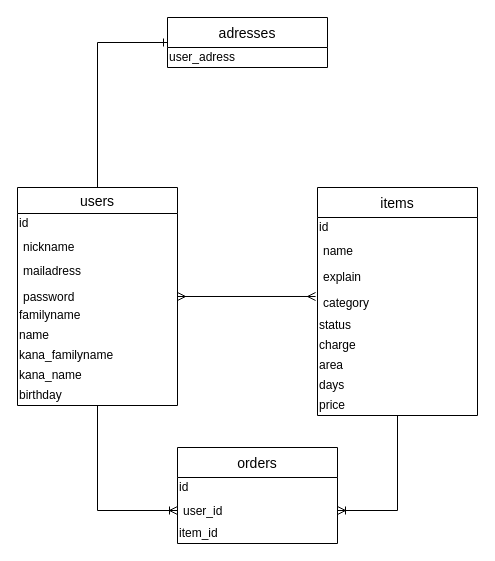
Above: furima.dio in Kefujimoto/furima--user_id- (draw.io), before the change. Source tidied: cells renumbered, new cells numbered last; positions are measured from the earlier drawing's top-left corner, leaving out a move shared by most shapes. Both pictures are drawn from the tidied source at 100%, with x=0, y=0 at pixel (17, 17).
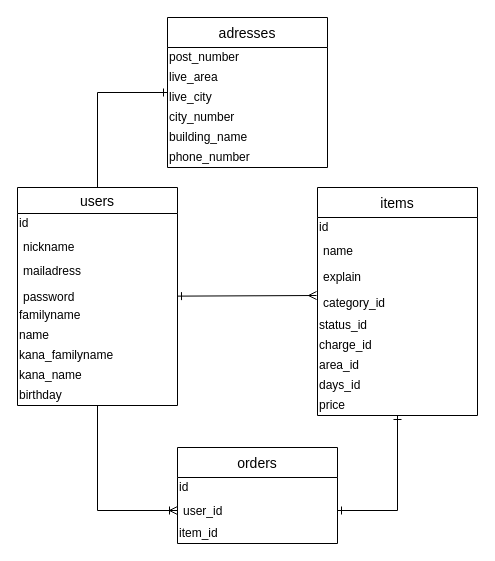
After the change.

Commit message (it also covers changes not shown here):
テーブル設計

Unchanged cells that the change refers to:
```xml
<mxCell id="5" value="users" style="swimlane;fontStyle=0;horizontal=1;startSize=26;align=center;fontSize=14;" parent="1" vertex="1">
  <mxGeometry y="170" width="160" height="218" as="geometry" />
</mxCell>
<mxCell id="19" value="user_id" style="text;strokeColor=none;fillColor=none;spacingLeft=4;spacingRight=4;overflow=hidden;points=[[0,0.5],[1,0.5]];portConstraint=eastwest;fontSize=12;" parent="17" vertex="1">
  <mxGeometry y="50" width="160" height="26" as="geometry" />
</mxCell>
<mxCell id="21" value="items" style="swimlane;fontStyle=0;horizontal=1;startSize=30;align=center;fontSize=14;" parent="1" vertex="1">
  <mxGeometry x="300" y="170" width="160" height="228" as="geometry" />
</mxCell>
```

The edit, as a diff of the source:
```diff
@@
-    <mxCell id="4" style="edgeStyle=none;rounded=0;jettySize=auto;html=1;entryX=-0.012;entryY=0.269;entryDx=0;entryDy=0;entryPerimeter=0;startArrow=ERmany;startFill=0;endArrow=ERmany;endFill=0;" parent="1" edge="1" source="5" target="25">
+    <mxCell id="4" style="edgeStyle=none;rounded=0;jettySize=auto;html=1;entryX=-0.006;entryY=0.231;entryDx=0;entryDy=0;entryPerimeter=0;startArrow=ERone;startFill=0;endArrow=ERmany;endFill=0;" parent="1" edge="1" source="5" target="25">
       <mxGeometry relative="1" as="geometry" />
     </mxCell>
@@
-    <mxCell id="16" style="edgeStyle=orthogonalEdgeStyle;rounded=0;jettySize=auto;html=1;entryX=1;entryY=0.5;entryDx=0;entryDy=0;endArrow=ERoneToMany;endFill=0;" parent="1" edge="1" source="21" target="19">
-      <mxGeometry relative="1" as="geometry" />
-    </mxCell>
@@
-    <mxCell id="25" value="category" style="text;strokeColor=none;fillColor=none;spacingLeft=4;spacingRight=4;overflow=hidden;points=[[0,0.5],[1,0.5]];portConstraint=eastwest;fontSize=12;" parent="21" vertex="1">
+    <mxCell id="25" value="category_id" style="text;strokeColor=none;fillColor=none;spacingLeft=4;spacingRight=4;overflow=hidden;points=[[0,0.5],[1,0.5]];portConstraint=eastwest;fontSize=12;" parent="21" vertex="1">
       <mxGeometry y="102" width="160" height="26" as="geometry" />
     </mxCell>
-    <mxCell id="26" value="status" style="text;html=1;align=left;verticalAlign=middle;" parent="21" vertex="1">
+    <mxCell id="26" value="status_id" style="text;html=1;align=left;verticalAlign=middle;" parent="21" vertex="1">
       <mxGeometry y="128" width="160" height="20" as="geometry" />
     </mxCell>
-    <mxCell id="27" value="charge" style="text;html=1;align=left;verticalAlign=middle;" parent="21" vertex="1">
+    <mxCell id="27" value="charge_id" style="text;html=1;align=left;verticalAlign=middle;" parent="21" vertex="1">
       <mxGeometry y="148" width="160" height="20" as="geometry" />
     </mxCell>
-    <mxCell id="28" value="area" style="text;html=1;align=left;verticalAlign=middle;" parent="21" vertex="1">
+    <mxCell id="28" value="area_id" style="text;html=1;align=left;verticalAlign=middle;" parent="21" vertex="1">
       <mxGeometry y="168" width="160" height="20" as="geometry" />
     </mxCell>
-    <mxCell id="29" value="days" style="text;html=1;align=left;verticalAlign=middle;" parent="21" vertex="1">
+    <mxCell id="29" value="days_id" style="text;html=1;align=left;verticalAlign=middle;" parent="21" vertex="1">
       <mxGeometry y="188" width="160" height="20" as="geometry" />
     </mxCell>
@@
     <mxCell id="31" value="adresses" style="swimlane;fontStyle=0;horizontal=1;startSize=30;align=center;fontSize=14;" parent="1" vertex="1">
-      <mxGeometry x="150" width="160" height="50" as="geometry" />
+      <mxGeometry x="150" width="160" height="150" as="geometry" />
     </mxCell>
-    <mxCell id="32" value="user_adress" style="text;html=1;align=left;verticalAlign=middle;" parent="31" vertex="1">
+    <mxCell id="32" value="post_number" style="text;html=1;align=left;verticalAlign=middle;" parent="31" vertex="1">
       <mxGeometry y="30" width="160" height="20" as="geometry" />
     </mxCell>
+    <mxCell id="33" value="live_area" style="text;html=1;align=left;verticalAlign=middle;" parent="31" vertex="1">
+      <mxGeometry y="50" width="160" height="20" as="geometry" />
+    </mxCell>
+    <mxCell id="34" value="live_city" style="text;html=1;align=left;verticalAlign=middle;" parent="31" vertex="1">
+      <mxGeometry y="70" width="160" height="20" as="geometry" />
+    </mxCell>
+    <mxCell id="35" value="city_number" style="text;html=1;align=left;verticalAlign=middle;" parent="31" vertex="1">
+      <mxGeometry y="90" width="160" height="20" as="geometry" />
+    </mxCell>
+    <mxCell id="36" value="building_name" style="text;html=1;align=left;verticalAlign=middle;" parent="31" vertex="1">
+      <mxGeometry y="110" width="160" height="20" as="geometry" />
+    </mxCell>
+    <mxCell id="37" value="phone_number" style="text;html=1;align=left;verticalAlign=middle;" parent="31" vertex="1">
+      <mxGeometry y="130" width="160" height="20" as="geometry" />
+    </mxCell>
+    <mxCell id="38" style="edgeStyle=orthogonalEdgeStyle;rounded=0;jettySize=auto;html=1;exitX=1;exitY=0.5;exitDx=0;exitDy=0;entryX=0.5;entryY=1;entryDx=0;entryDy=0;startArrow=ERone;startFill=0;endArrow=ERone;endFill=0;" parent="1" edge="1" source="19" target="21">
+      <mxGeometry relative="1" as="geometry" />
+    </mxCell>
```
